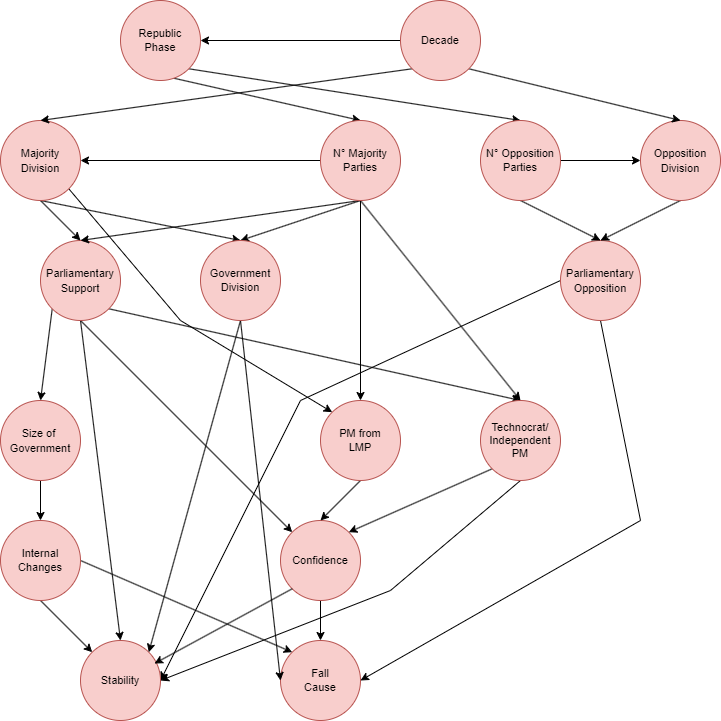
The draw.io diagram Bayesian_Network_Final.png in Cremadvd/Italian-Government-Stability, before a commit. Source tidied: cells renumbered, new cells last; positions are measured from the earlier drawing's top-left corner, leaving out a move shared by most shapes.
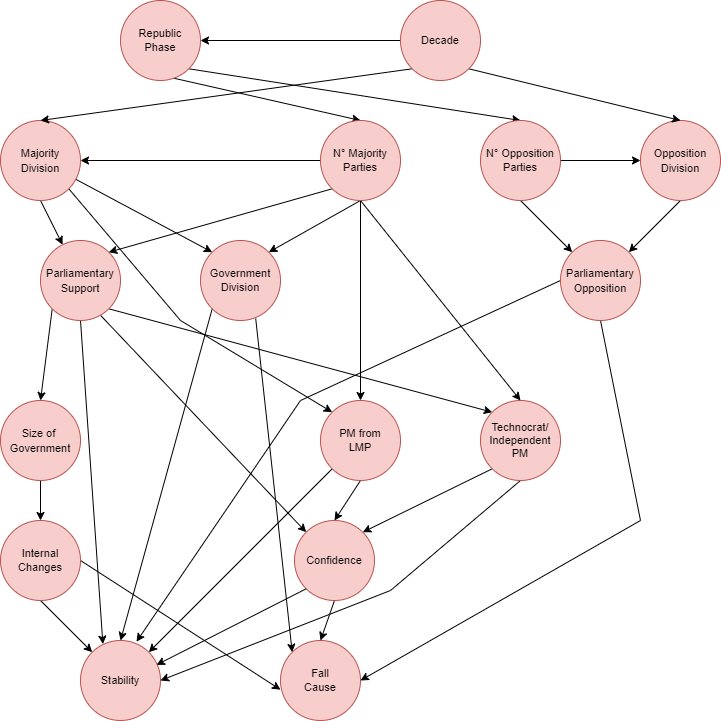
After the commit.

What changed in the source:
```diff
@@ -8,16 +8,16 @@
     <mxCell id="3" value="&lt;font style=&quot;font-size: 11px;&quot;&gt;Size of&amp;nbsp;&lt;br&gt;Government&lt;/font&gt;" style="ellipse;whiteSpace=wrap;html=1;fillColor=#f8cecc;strokeColor=#b85450;" parent="1" vertex="1">
       <mxGeometry y="400" width="80" height="80" as="geometry" />
     </mxCell>
-    <mxCell id="4" style="edgeStyle=none;rounded=0;jettySize=auto;html=1;exitX=0.5;exitY=1;exitDx=0;exitDy=0;entryX=0;entryY=0;entryDx=0;entryDy=0;strokeColor=default;align=center;verticalAlign=middle;fontFamily=Helvetica;fontSize=11;fontColor=default;labelBackgroundColor=default;endArrow=classic;" parent="1" edge="1" source="8" target="30">
+    <mxCell id="4" style="edgeStyle=none;rounded=0;jettySize=auto;html=1;exitX=0.75;exitY=0.935;exitDx=0;exitDy=0;entryX=0;entryY=0;entryDx=0;entryDy=0;strokeColor=default;align=center;verticalAlign=middle;fontFamily=Helvetica;fontSize=11;fontColor=default;labelBackgroundColor=default;endArrow=classic;exitPerimeter=0;" parent="1" edge="1" source="8" target="30">
       <mxGeometry relative="1" as="geometry" />
     </mxCell>
     <mxCell id="5" style="edgeStyle=none;rounded=0;jettySize=auto;html=1;exitX=0;exitY=1;exitDx=0;exitDy=0;entryX=0.5;entryY=0;entryDx=0;entryDy=0;strokeColor=default;align=center;verticalAlign=middle;fontFamily=Helvetica;fontSize=11;fontColor=default;labelBackgroundColor=default;endArrow=classic;" parent="1" edge="1" source="8" target="3">
       <mxGeometry relative="1" as="geometry" />
     </mxCell>
-    <mxCell id="6" style="edgeStyle=none;rounded=0;jettySize=auto;html=1;exitX=1;exitY=1;exitDx=0;exitDy=0;entryX=0.5;entryY=0;entryDx=0;entryDy=0;strokeColor=default;align=center;verticalAlign=middle;fontFamily=Helvetica;fontSize=11;fontColor=default;labelBackgroundColor=default;endArrow=classic;" parent="1" edge="1" source="8" target="36">
+    <mxCell id="6" style="edgeStyle=none;rounded=0;jettySize=auto;html=1;exitX=1;exitY=1;exitDx=0;exitDy=0;entryX=0;entryY=0;entryDx=0;entryDy=0;strokeColor=default;align=center;verticalAlign=middle;fontFamily=Helvetica;fontSize=11;fontColor=default;labelBackgroundColor=default;endArrow=classic;" parent="1" edge="1" source="8" target="36">
       <mxGeometry relative="1" as="geometry" />
     </mxCell>
-    <mxCell id="7" style="edgeStyle=none;rounded=0;jettySize=auto;html=1;exitX=0.5;exitY=1;exitDx=0;exitDy=0;entryX=0.5;entryY=0;entryDx=0;entryDy=0;strokeColor=default;align=center;verticalAlign=middle;fontFamily=Helvetica;fontSize=11;fontColor=default;labelBackgroundColor=default;endArrow=classic;" parent="1" edge="1" source="8" target="18">
+    <mxCell id="7" style="edgeStyle=none;rounded=0;jettySize=auto;html=1;exitX=0.5;exitY=1;exitDx=0;exitDy=0;entryX=0.28;entryY=0.045;entryDx=0;entryDy=0;strokeColor=default;align=center;verticalAlign=middle;fontFamily=Helvetica;fontSize=11;fontColor=default;labelBackgroundColor=default;endArrow=classic;entryPerimeter=0;" parent="1" edge="1" source="8" target="18">
       <mxGeometry relative="1" as="geometry" />
     </mxCell>
     <mxCell id="8" value="&lt;font style=&quot;font-size: 11px;&quot;&gt;Parliamentary&lt;br&gt;Support&lt;/font&gt;" style="ellipse;whiteSpace=wrap;html=1;fillColor=#f8cecc;strokeColor=#b85450;" parent="1" vertex="1">
@@ -30,7 +30,7 @@
         </Array>
       </mxGeometry>
     </mxCell>
-    <mxCell id="10" style="edgeStyle=none;rounded=0;jettySize=auto;html=1;exitX=0;exitY=0.5;exitDx=0;exitDy=0;entryX=1;entryY=0.5;entryDx=0;entryDy=0;strokeColor=default;align=center;verticalAlign=middle;fontFamily=Helvetica;fontSize=11;fontColor=default;labelBackgroundColor=default;endArrow=classic;" parent="1" edge="1" source="11" target="18">
+    <mxCell id="10" style="edgeStyle=none;rounded=0;jettySize=auto;html=1;exitX=0;exitY=0.5;exitDx=0;exitDy=0;entryX=0.7;entryY=0.015;entryDx=0;entryDy=0;strokeColor=default;align=center;verticalAlign=middle;fontFamily=Helvetica;fontSize=11;fontColor=default;labelBackgroundColor=default;endArrow=classic;entryPerimeter=0;" parent="1" edge="1" source="11" target="18">
       <mxGeometry relative="1" as="geometry">
         <Array as="points">
           <mxPoint x="300" y="400" />
@@ -40,10 +40,10 @@
     <mxCell id="11" value="&lt;font style=&quot;font-size: 11px;&quot;&gt;&lt;font style=&quot;font-size: 11px;&quot;&gt;Parliamentary&lt;/font&gt;&lt;br&gt;Opposition&lt;/font&gt;" style="ellipse;whiteSpace=wrap;html=1;fillColor=#f8cecc;strokeColor=#b85450;" parent="1" vertex="1">
       <mxGeometry x="560" y="240" width="80" height="80" as="geometry" />
     </mxCell>
-    <mxCell id="12" style="edgeStyle=none;rounded=0;jettySize=auto;html=1;exitX=0.5;exitY=1;exitDx=0;exitDy=0;entryX=0.5;entryY=0;entryDx=0;entryDy=0;strokeColor=default;align=center;verticalAlign=middle;fontFamily=Helvetica;fontSize=11;fontColor=default;labelBackgroundColor=default;endArrow=classic;" parent="1" edge="1" source="15" target="8">
+    <mxCell id="12" style="edgeStyle=none;rounded=0;jettySize=auto;html=1;exitX=0.5;exitY=1;exitDx=0;exitDy=0;strokeColor=default;align=center;verticalAlign=middle;fontFamily=Helvetica;fontSize=11;fontColor=default;labelBackgroundColor=default;endArrow=classic;" parent="1" edge="1" source="15" target="8">
       <mxGeometry relative="1" as="geometry" />
     </mxCell>
-    <mxCell id="13" style="edgeStyle=none;rounded=0;jettySize=auto;html=1;exitX=0.5;exitY=1;exitDx=0;exitDy=0;entryX=0.5;entryY=0;entryDx=0;entryDy=0;strokeColor=default;align=center;verticalAlign=middle;fontFamily=Helvetica;fontSize=11;fontColor=default;labelBackgroundColor=default;endArrow=classic;" parent="1" edge="1" source="15" target="48">
+    <mxCell id="13" style="edgeStyle=none;rounded=0;jettySize=auto;html=1;entryX=0;entryY=0;entryDx=0;entryDy=0;strokeColor=default;align=center;verticalAlign=middle;fontFamily=Helvetica;fontSize=11;fontColor=default;labelBackgroundColor=default;endArrow=classic;" parent="1" edge="1" source="15" target="48">
       <mxGeometry relative="1" as="geometry" />
     </mxCell>
     <mxCell id="14" style="rounded=0;jettySize=auto;html=1;exitX=1;exitY=1;exitDx=0;exitDy=0;entryX=0;entryY=0;entryDx=0;entryDy=0;" parent="1" edge="1" source="15" target="33">
@@ -56,7 +56,7 @@
     <mxCell id="15" value="&lt;font style=&quot;font-size: 11px;&quot;&gt;Majority&lt;br&gt;Division&lt;/font&gt;" style="ellipse;whiteSpace=wrap;html=1;fillColor=#f8cecc;strokeColor=#b85450;" parent="1" vertex="1">
       <mxGeometry y="120" width="80" height="80" as="geometry" />
     </mxCell>
-    <mxCell id="16" style="edgeStyle=none;rounded=0;jettySize=auto;html=1;exitX=0.5;exitY=1;exitDx=0;exitDy=0;entryX=0.5;entryY=0;entryDx=0;entryDy=0;strokeColor=default;align=center;verticalAlign=middle;fontFamily=Helvetica;fontSize=11;fontColor=default;labelBackgroundColor=default;endArrow=classic;" parent="1" edge="1" source="17" target="11">
+    <mxCell id="16" style="edgeStyle=none;rounded=0;jettySize=auto;html=1;exitX=0.5;exitY=1;exitDx=0;exitDy=0;strokeColor=default;align=center;verticalAlign=middle;fontFamily=Helvetica;fontSize=11;fontColor=default;labelBackgroundColor=default;endArrow=classic;" parent="1" edge="1" source="17" target="11">
       <mxGeometry relative="1" as="geometry" />
     </mxCell>
     <mxCell id="17" value="&lt;font style=&quot;font-size: 11px;&quot;&gt;Opposition&lt;br&gt;Division&lt;/font&gt;" style="ellipse;whiteSpace=wrap;html=1;fillColor=#f8cecc;strokeColor=#b85450;" parent="1" vertex="1">
@@ -65,7 +65,7 @@
     <mxCell id="18" value="Stability" style="ellipse;whiteSpace=wrap;html=1;fontFamily=Helvetica;fontSize=11;fillColor=#f8cecc;strokeColor=#b85450;" parent="1" vertex="1">
       <mxGeometry x="80" y="640" width="80" height="80" as="geometry" />
     </mxCell>
-    <mxCell id="19" style="edgeStyle=none;rounded=0;jettySize=auto;html=1;exitX=1;exitY=0.5;exitDx=0;exitDy=0;entryX=0;entryY=0;entryDx=0;entryDy=0;strokeColor=default;align=center;verticalAlign=middle;fontFamily=Helvetica;fontSize=11;fontColor=default;labelBackgroundColor=default;endArrow=classic;" parent="1" edge="1" source="21" target="31">
+    <mxCell id="19" style="edgeStyle=none;rounded=0;jettySize=auto;html=1;exitX=1;exitY=0.5;exitDx=0;exitDy=0;entryX=0;entryY=0.615;entryDx=0;entryDy=0;strokeColor=default;align=center;verticalAlign=middle;fontFamily=Helvetica;fontSize=11;fontColor=default;labelBackgroundColor=default;endArrow=classic;entryPerimeter=0;" parent="1" edge="1" source="21" target="31">
       <mxGeometry relative="1" as="geometry" />
     </mxCell>
     <mxCell id="20" style="edgeStyle=none;rounded=0;jettySize=auto;html=1;exitX=0.5;exitY=1;exitDx=0;exitDy=0;entryX=0;entryY=0;entryDx=0;entryDy=0;strokeColor=default;align=center;verticalAlign=middle;fontFamily=Helvetica;fontSize=11;fontColor=default;labelBackgroundColor=default;endArrow=classic;" parent="1" edge="1" source="21" target="18">
@@ -99,7 +99,7 @@
       <mxGeometry relative="1" as="geometry" />
     </mxCell>
     <mxCell id="30" value="Confidence" style="ellipse;whiteSpace=wrap;html=1;fontFamily=Helvetica;fontSize=11;fillColor=#f8cecc;strokeColor=#b85450;" parent="1" vertex="1">
-      <mxGeometry x="280" y="520" width="80" height="80" as="geometry" />
+      <mxGeometry x="294" y="520" width="80" height="80" as="geometry" />
     </mxCell>
     <mxCell id="31" value="Fall&lt;br&gt;Cause" style="ellipse;whiteSpace=wrap;html=1;fontFamily=Helvetica;fontSize=11;fillColor=#f8cecc;strokeColor=#b85450;" parent="1" vertex="1">
       <mxGeometry x="280" y="640" width="80" height="80" as="geometry" />
@@ -107,6 +107,9 @@
     <mxCell id="32" style="edgeStyle=none;rounded=0;jettySize=auto;html=1;exitX=0.5;exitY=1;exitDx=0;exitDy=0;entryX=0.5;entryY=0;entryDx=0;entryDy=0;strokeColor=default;align=center;verticalAlign=middle;fontFamily=Helvetica;fontSize=11;fontColor=default;labelBackgroundColor=default;endArrow=classic;" parent="1" edge="1" source="33" target="30">
       <mxGeometry relative="1" as="geometry" />
     </mxCell>
+    <mxCell id="50" style="rounded=0;jettySize=auto;html=1;exitX=0;exitY=1;exitDx=0;exitDy=0;entryX=1;entryY=0;entryDx=0;entryDy=0;" parent="1" edge="1" source="33" target="18">
+      <mxGeometry relative="1" as="geometry" />
+    </mxCell>
     <mxCell id="33" value="PM from&lt;br&gt;LMP" style="ellipse;whiteSpace=wrap;html=1;fontFamily=Helvetica;fontSize=11;fillColor=#f8cecc;strokeColor=#b85450;" parent="1" vertex="1">
       <mxGeometry x="320" y="400" width="80" height="80" as="geometry" />
     </mxCell>
@@ -123,10 +126,10 @@
     <mxCell id="36" value="Technocrat/&lt;div&gt;Independent&lt;/div&gt;&lt;div&gt;PM&lt;/div&gt;" style="ellipse;whiteSpace=wrap;html=1;fontFamily=Helvetica;fontSize=11;fillColor=#f8cecc;strokeColor=#b85450;" parent="1" vertex="1">
       <mxGeometry x="480" y="400" width="80" height="80" as="geometry" />
     </mxCell>
-    <mxCell id="37" style="edgeStyle=none;rounded=0;jettySize=auto;html=1;exitX=0.5;exitY=1;exitDx=0;exitDy=0;entryX=0.5;entryY=0;entryDx=0;entryDy=0;strokeColor=default;align=center;verticalAlign=middle;fontFamily=Helvetica;fontSize=11;fontColor=default;labelBackgroundColor=default;endArrow=classic;" parent="1" edge="1" source="42" target="8">
+    <mxCell id="37" style="edgeStyle=none;rounded=0;jettySize=auto;html=1;exitX=0;exitY=1;exitDx=0;exitDy=0;entryX=1;entryY=0;entryDx=0;entryDy=0;strokeColor=default;align=center;verticalAlign=middle;fontFamily=Helvetica;fontSize=11;fontColor=default;labelBackgroundColor=default;endArrow=classic;" parent="1" edge="1" source="42" target="8">
       <mxGeometry relative="1" as="geometry" />
     </mxCell>
-    <mxCell id="38" style="edgeStyle=none;rounded=0;jettySize=auto;html=1;exitX=0.5;exitY=1;exitDx=0;exitDy=0;entryX=0.5;entryY=0;entryDx=0;entryDy=0;strokeColor=default;align=center;verticalAlign=middle;fontFamily=Helvetica;fontSize=11;fontColor=default;labelBackgroundColor=default;endArrow=classic;" parent="1" edge="1" source="42" target="48">
+    <mxCell id="38" style="edgeStyle=none;rounded=0;jettySize=auto;html=1;exitX=0.5;exitY=1;exitDx=0;exitDy=0;entryX=1;entryY=0;entryDx=0;entryDy=0;strokeColor=default;align=center;verticalAlign=middle;fontFamily=Helvetica;fontSize=11;fontColor=default;labelBackgroundColor=default;endArrow=classic;" parent="1" edge="1" source="42" target="48">
       <mxGeometry relative="1" as="geometry" />
     </mxCell>
     <mxCell id="39" style="edgeStyle=none;rounded=0;jettySize=auto;html=1;exitX=0.5;exitY=1;exitDx=0;exitDy=0;entryX=0.5;entryY=0;entryDx=0;entryDy=0;strokeColor=default;align=center;verticalAlign=middle;fontFamily=Helvetica;fontSize=11;fontColor=default;labelBackgroundColor=default;endArrow=classic;" parent="1" edge="1" source="42" target="33">
@@ -141,7 +144,7 @@
     <mxCell id="42" value="N° Majority&lt;div&gt;Parties&lt;/div&gt;" style="ellipse;whiteSpace=wrap;html=1;fontFamily=Helvetica;fontSize=11;fillColor=#f8cecc;strokeColor=#b85450;" parent="1" vertex="1">
       <mxGeometry x="320" y="120" width="80" height="80" as="geometry" />
     </mxCell>
-    <mxCell id="43" style="edgeStyle=none;rounded=0;jettySize=auto;html=1;exitX=0.5;exitY=1;exitDx=0;exitDy=0;entryX=0.5;entryY=0;entryDx=0;entryDy=0;strokeColor=default;align=center;verticalAlign=middle;fontFamily=Helvetica;fontSize=11;fontColor=default;labelBackgroundColor=default;endArrow=classic;" parent="1" edge="1" source="45" target="11">
+    <mxCell id="43" style="edgeStyle=none;rounded=0;jettySize=auto;html=1;exitX=0.5;exitY=1;exitDx=0;exitDy=0;entryX=0;entryY=0;entryDx=0;entryDy=0;strokeColor=default;align=center;verticalAlign=middle;fontFamily=Helvetica;fontSize=11;fontColor=default;labelBackgroundColor=default;endArrow=classic;" parent="1" edge="1" source="45" target="11">
       <mxGeometry relative="1" as="geometry" />
     </mxCell>
     <mxCell id="44" style="edgeStyle=orthogonalEdgeStyle;rounded=0;jettySize=auto;html=1;exitX=1;exitY=0.5;exitDx=0;exitDy=0;entryX=0;entryY=0.5;entryDx=0;entryDy=0;" parent="1" edge="1" source="45" target="17">
@@ -150,16 +153,16 @@
     <mxCell id="45" value="N° Opposition&lt;div&gt;Parties&lt;/div&gt;" style="ellipse;whiteSpace=wrap;html=1;fontFamily=Helvetica;fontSize=11;fillColor=#f8cecc;strokeColor=#b85450;" parent="1" vertex="1">
       <mxGeometry x="480" y="120" width="80" height="80" as="geometry" />
     </mxCell>
-    <mxCell id="46" style="edgeStyle=none;rounded=0;jettySize=auto;html=1;exitX=0.5;exitY=1;exitDx=0;exitDy=0;entryX=0;entryY=0.5;entryDx=0;entryDy=0;strokeColor=default;align=center;verticalAlign=middle;fontFamily=Helvetica;fontSize=11;fontColor=default;labelBackgroundColor=default;endArrow=classic;" parent="1" edge="1" source="48" target="31">
+    <mxCell id="46" style="edgeStyle=none;rounded=0;jettySize=auto;html=1;exitX=0.69;exitY=0.975;exitDx=0;exitDy=0;entryX=0;entryY=0;entryDx=0;entryDy=0;strokeColor=default;align=center;verticalAlign=middle;fontFamily=Helvetica;fontSize=11;fontColor=default;labelBackgroundColor=default;endArrow=classic;exitPerimeter=0;" parent="1" edge="1" source="48" target="31">
       <mxGeometry relative="1" as="geometry" />
     </mxCell>
-    <mxCell id="47" style="edgeStyle=none;rounded=0;jettySize=auto;html=1;exitX=0.5;exitY=1;exitDx=0;exitDy=0;entryX=1;entryY=0;entryDx=0;entryDy=0;strokeColor=default;align=center;verticalAlign=middle;fontFamily=Helvetica;fontSize=11;fontColor=default;labelBackgroundColor=default;endArrow=classic;" parent="1" edge="1" source="48" target="18">
+    <mxCell id="47" style="edgeStyle=none;rounded=0;jettySize=auto;html=1;exitX=0;exitY=1;exitDx=0;exitDy=0;entryX=0.5;entryY=0;entryDx=0;entryDy=0;strokeColor=default;align=center;verticalAlign=middle;fontFamily=Helvetica;fontSize=11;fontColor=default;labelBackgroundColor=default;endArrow=classic;" parent="1" edge="1" source="48" target="18">
       <mxGeometry relative="1" as="geometry" />
     </mxCell>
     <mxCell id="48" value="Government&lt;br&gt;Division" style="ellipse;whiteSpace=wrap;html=1;fontFamily=Helvetica;fontSize=11;fillColor=#f8cecc;strokeColor=#b85450;" parent="1" vertex="1">
       <mxGeometry x="200" y="240" width="80" height="80" as="geometry" />
     </mxCell>
-    <mxCell id="49" style="rounded=0;jettySize=auto;html=1;exitX=0;exitY=1;exitDx=0;exitDy=0;entryX=0.925;entryY=0.288;entryDx=0;entryDy=0;entryPerimeter=0;" parent="1" edge="1" source="30" target="18">
+    <mxCell id="49" style="rounded=0;jettySize=auto;html=1;exitX=0;exitY=1;exitDx=0;exitDy=0;entryX=0.95;entryY=0.305;entryDx=0;entryDy=0;entryPerimeter=0;" parent="1" edge="1" source="30" target="18">
       <mxGeometry relative="1" as="geometry" />
     </mxCell>
   </root>
```
